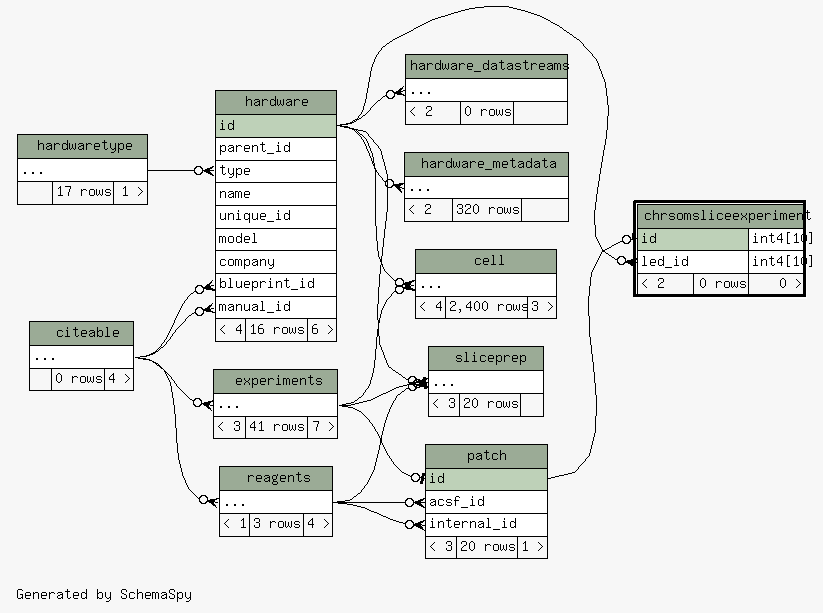
Earlier version of the Graphviz export database/ss/diagrams/chrsomsliceexperiment.2degrees.png (tgbugs/mlab). Its source is kept beside it as database/ss/diagrams/chrsomsliceexperiment.2degrees.dot. Its diagram source:
```dot
digraph "twoDegreesRelationshipsDiagram" {
  graph [
    rankdir="RL"
    bgcolor="#f7f7f7"
    label="\nGenerated by SchemaSpy"
    labeljust="l"
    nodesep="0.18"
    ranksep="0.46"
    fontname="Helvetica"
    fontsize="11"
  ];
  node [
    fontname="Helvetica"
    fontsize="11"
    shape="plaintext"
  ];
  edge [
    arrowsize="0.8"
  ];
  "cell":"elipses":w -> "experiments":"elipses":e [arrowhead=none dir=back arrowtail=crowodot];
  "cell":"elipses":w -> "hardware":"id":e [arrowhead=none dir=back arrowtail=crowodot];
  "chrsomsliceexperiment":"id":w -> "patch":"id":e [arrowhead=none dir=back arrowtail=teeodot];
  "chrsomsliceexperiment":"led_id":w -> "hardware":"id":e [arrowhead=none dir=back arrowtail=crowodot];
  "experiments":"elipses":w -> "citeable":"elipses":e [arrowhead=none dir=back arrowtail=crowodot];
  "hardware":"blueprint_id":w -> "citeable":"elipses":e [arrowhead=none dir=back arrowtail=crowodot];
  "hardware":"manual_id":w -> "citeable":"elipses":e [arrowhead=none dir=back arrowtail=crowodot];
  "hardware":"type":w -> "hardwaretype":"elipses":e [arrowhead=none dir=back arrowtail=crowodot];
  "hardware_datastreams":"elipses":w -> "hardware":"id":e [arrowhead=none dir=back arrowtail=crowodot];
  "hardware_metadata":"elipses":w -> "hardware":"id":e [arrowhead=none dir=back arrowtail=crowodot];
  "patch":"acsf_id":w -> "reagents":"elipses":e [arrowhead=none dir=back arrowtail=crowodot];
  "patch":"id":w -> "experiments":"elipses":e [arrowhead=none dir=back arrowtail=teeodot];
  "patch":"internal_id":w -> "reagents":"elipses":e [arrowhead=none dir=back arrowtail=crowodot];
  "reagents":"elipses":w -> "citeable":"elipses":e [arrowhead=none dir=back arrowtail=crowodot];
  "sliceprep":"elipses":w -> "hardware":"id":e [arrowhead=none dir=back arrowtail=crowodot];
  "sliceprep":"elipses":w -> "experiments":"elipses":e [arrowhead=none dir=back arrowtail=teeodot];
  "sliceprep":"elipses":w -> "reagents":"elipses":e [arrowhead=none dir=back arrowtail=crowodot];
  "cell" [
    label=<
    <TABLE BORDER="0" CELLBORDER="1" CELLSPACING="0" BGCOLOR="#ffffff">
      <TR><TD COLSPAN="3" BGCOLOR="#9bab96" ALIGN="CENTER">cell</TD></TR>
      <TR><TD PORT="elipses" COLSPAN="3" ALIGN="LEFT">...</TD></TR>
      <TR><TD ALIGN="LEFT" BGCOLOR="#f7f7f7">&lt; 4</TD><TD ALIGN="RIGHT" BGCOLOR="#f7f7f7">2,400 rows</TD><TD ALIGN="RIGHT" BGCOLOR="#f7f7f7">3 &gt;</TD></TR>
    </TABLE>>
    URL="cell.html"
    tooltip="cell"
  ];
  "chrsomsliceexperiment" [
    label=<
    <TABLE BORDER="2" CELLBORDER="1" CELLSPACING="0" BGCOLOR="#ffffff">
      <TR><TD COLSPAN="3" BGCOLOR="#9bab96" ALIGN="CENTER">chrsomsliceexperiment</TD></TR>
      <TR><TD PORT="id" COLSPAN="2" BGCOLOR="#bed1b8" ALIGN="LEFT">id</TD><TD PORT="id.type" ALIGN="LEFT">int4[10]</TD></TR>
      <TR><TD PORT="led_id" COLSPAN="2" ALIGN="LEFT">led_id</TD><TD PORT="led_id.type" ALIGN="LEFT">int4[10]</TD></TR>
      <TR><TD ALIGN="LEFT" BGCOLOR="#f7f7f7">&lt; 2</TD><TD ALIGN="RIGHT" BGCOLOR="#f7f7f7">0 rows</TD><TD ALIGN="RIGHT" BGCOLOR="#f7f7f7">0 &gt;</TD></TR>
    </TABLE>>
    URL="chrsomsliceexperiment.html"
    tooltip="chrsomsliceexperiment"
  ];
  "citeable" [
    label=<
    <TABLE BORDER="0" CELLBORDER="1" CELLSPACING="0" BGCOLOR="#ffffff">
      <TR><TD COLSPAN="3" BGCOLOR="#9bab96" ALIGN="CENTER">citeable</TD></TR>
      <TR><TD PORT="elipses" COLSPAN="3" ALIGN="LEFT">...</TD></TR>
      <TR><TD ALIGN="LEFT" BGCOLOR="#f7f7f7">  </TD><TD ALIGN="RIGHT" BGCOLOR="#f7f7f7">0 rows</TD><TD ALIGN="RIGHT" BGCOLOR="#f7f7f7">4 &gt;</TD></TR>
    </TABLE>>
    URL="citeable.html"
    tooltip="citeable"
  ];
  "experiments" [
    label=<
    <TABLE BORDER="0" CELLBORDER="1" CELLSPACING="0" BGCOLOR="#ffffff">
      <TR><TD COLSPAN="3" BGCOLOR="#9bab96" ALIGN="CENTER">experiments</TD></TR>
      <TR><TD PORT="elipses" COLSPAN="3" ALIGN="LEFT">...</TD></TR>
      <TR><TD ALIGN="LEFT" BGCOLOR="#f7f7f7">&lt; 3</TD><TD ALIGN="RIGHT" BGCOLOR="#f7f7f7">41 rows</TD><TD ALIGN="RIGHT" BGCOLOR="#f7f7f7">7 &gt;</TD></TR>
    </TABLE>>
    URL="experiments.html"
    tooltip="experiments"
  ];
  "hardware" [
    label=<
    <TABLE BORDER="0" CELLBORDER="1" CELLSPACING="0" BGCOLOR="#ffffff">
      <TR><TD COLSPAN="3" BGCOLOR="#9bab96" ALIGN="CENTER">hardware</TD></TR>
      <TR><TD PORT="id" COLSPAN="3" BGCOLOR="#bed1b8" ALIGN="LEFT">id</TD></TR>
      <TR><TD PORT="parent_id" COLSPAN="3" ALIGN="LEFT">parent_id</TD></TR>
      <TR><TD PORT="type" COLSPAN="3" ALIGN="LEFT">type</TD></TR>
      <TR><TD PORT="name" COLSPAN="3" ALIGN="LEFT">name</TD></TR>
      <TR><TD PORT="unique_id" COLSPAN="3" ALIGN="LEFT">unique_id</TD></TR>
      <TR><TD PORT="model" COLSPAN="3" ALIGN="LEFT">model</TD></TR>
      <TR><TD PORT="company" COLSPAN="3" ALIGN="LEFT">company</TD></TR>
      <TR><TD PORT="blueprint_id" COLSPAN="3" ALIGN="LEFT">blueprint_id</TD></TR>
      <TR><TD PORT="manual_id" COLSPAN="3" ALIGN="LEFT">manual_id</TD></TR>
      <TR><TD ALIGN="LEFT" BGCOLOR="#f7f7f7">&lt; 4</TD><TD ALIGN="RIGHT" BGCOLOR="#f7f7f7">16 rows</TD><TD ALIGN="RIGHT" BGCOLOR="#f7f7f7">6 &gt;</TD></TR>
    </TABLE>>
    URL="hardware.html"
    tooltip="hardware"
  ];
  "hardware_datastreams" [
    label=<
    <TABLE BORDER="0" CELLBORDER="1" CELLSPACING="0" BGCOLOR="#ffffff">
      <TR><TD COLSPAN="3" BGCOLOR="#9bab96" ALIGN="CENTER">hardware_datastreams</TD></TR>
      <TR><TD PORT="elipses" COLSPAN="3" ALIGN="LEFT">...</TD></TR>
      <TR><TD ALIGN="LEFT" BGCOLOR="#f7f7f7">&lt; 2</TD><TD ALIGN="RIGHT" BGCOLOR="#f7f7f7">0 rows</TD><TD ALIGN="RIGHT" BGCOLOR="#f7f7f7">  </TD></TR>
    </TABLE>>
    URL="hardware_datastreams.html"
    tooltip="hardware_datastreams"
  ];
  "hardware_metadata" [
    label=<
    <TABLE BORDER="0" CELLBORDER="1" CELLSPACING="0" BGCOLOR="#ffffff">
      <TR><TD COLSPAN="3" BGCOLOR="#9bab96" ALIGN="CENTER">hardware_metadata</TD></TR>
      <TR><TD PORT="elipses" COLSPAN="3" ALIGN="LEFT">...</TD></TR>
      <TR><TD ALIGN="LEFT" BGCOLOR="#f7f7f7">&lt; 2</TD><TD ALIGN="RIGHT" BGCOLOR="#f7f7f7">320 rows</TD><TD ALIGN="RIGHT" BGCOLOR="#f7f7f7">  </TD></TR>
    </TABLE>>
    URL="hardware_metadata.html"
    tooltip="hardware_metadata"
  ];
  "hardwaretype" [
    label=<
    <TABLE BORDER="0" CELLBORDER="1" CELLSPACING="0" BGCOLOR="#ffffff">
      <TR><TD COLSPAN="3" BGCOLOR="#9bab96" ALIGN="CENTER">hardwaretype</TD></TR>
      <TR><TD PORT="elipses" COLSPAN="3" ALIGN="LEFT">...</TD></TR>
      <TR><TD ALIGN="LEFT" BGCOLOR="#f7f7f7">  </TD><TD ALIGN="RIGHT" BGCOLOR="#f7f7f7">17 rows</TD><TD ALIGN="RIGHT" BGCOLOR="#f7f7f7">1 &gt;</TD></TR>
    </TABLE>>
    URL="hardwaretype.html"
    tooltip="hardwaretype"
  ];
  "patch" [
    label=<
    <TABLE BORDER="0" CELLBORDER="1" CELLSPACING="0" BGCOLOR="#ffffff">
      <TR><TD COLSPAN="3" BGCOLOR="#9bab96" ALIGN="CENTER">patch</TD></TR>
      <TR><TD PORT="id" COLSPAN="3" BGCOLOR="#bed1b8" ALIGN="LEFT">id</TD></TR>
      <TR><TD PORT="acsf_id" COLSPAN="3" ALIGN="LEFT">acsf_id</TD></TR>
      <TR><TD PORT="internal_id" COLSPAN="3" ALIGN="LEFT">internal_id</TD></TR>
      <TR><TD ALIGN="LEFT" BGCOLOR="#f7f7f7">&lt; 3</TD><TD ALIGN="RIGHT" BGCOLOR="#f7f7f7">20 rows</TD><TD ALIGN="RIGHT" BGCOLOR="#f7f7f7">1 &gt;</TD></TR>
    </TABLE>>
    URL="patch.html"
    tooltip="patch"
  ];
  "reagents" [
    label=<
    <TABLE BORDER="0" CELLBORDER="1" CELLSPACING="0" BGCOLOR="#ffffff">
      <TR><TD COLSPAN="3" BGCOLOR="#9bab96" ALIGN="CENTER">reagents</TD></TR>
      <TR><TD PORT="elipses" COLSPAN="3" ALIGN="LEFT">...</TD></TR>
      <TR><TD ALIGN="LEFT" BGCOLOR="#f7f7f7">&lt; 1</TD><TD ALIGN="RIGHT" BGCOLOR="#f7f7f7">3 rows</TD><TD ALIGN="RIGHT" BGCOLOR="#f7f7f7">4 &gt;</TD></TR>
    </TABLE>>
    URL="reagents.html"
    tooltip="reagents"
  ];
  "sliceprep" [
    label=<
    <TABLE BORDER="0" CELLBORDER="1" CELLSPACING="0" BGCOLOR="#ffffff">
      <TR><TD COLSPAN="3" BGCOLOR="#9bab96" ALIGN="CENTER">sliceprep</TD></TR>
      <TR><TD PORT="elipses" COLSPAN="3" ALIGN="LEFT">...</TD></TR>
      <TR><TD ALIGN="LEFT" BGCOLOR="#f7f7f7">&lt; 3</TD><TD ALIGN="RIGHT" BGCOLOR="#f7f7f7">20 rows</TD><TD ALIGN="RIGHT" BGCOLOR="#f7f7f7">  </TD></TR>
    </TABLE>>
    URL="sliceprep.html"
    tooltip="sliceprep"
  ];
}
```
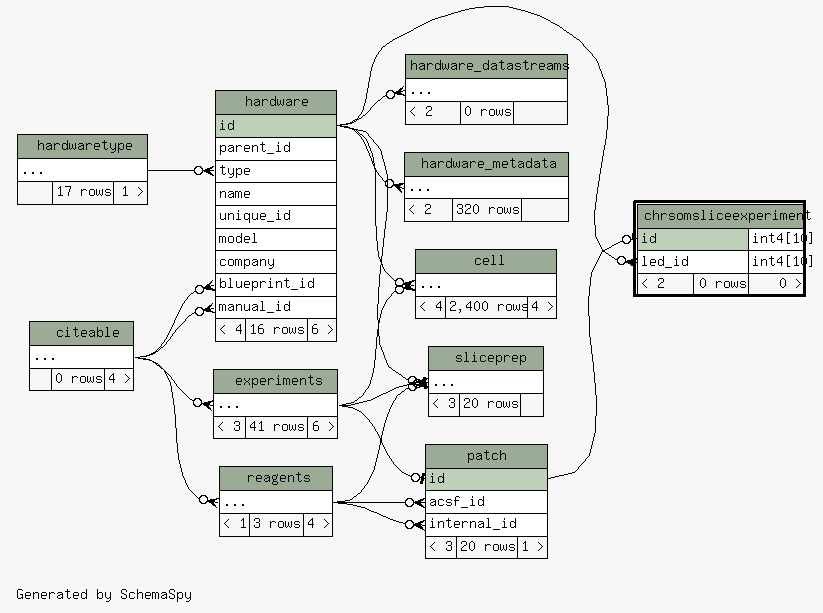
The same diagram one commit later.

Diff of the diagram source:
```diff
@@ -39,7 +39,7 @@
     <TABLE BORDER="0" CELLBORDER="1" CELLSPACING="0" BGCOLOR="#ffffff">
       <TR><TD COLSPAN="3" BGCOLOR="#9bab96" ALIGN="CENTER">cell</TD></TR>
       <TR><TD PORT="elipses" COLSPAN="3" ALIGN="LEFT">...</TD></TR>
-      <TR><TD ALIGN="LEFT" BGCOLOR="#f7f7f7">&lt; 4</TD><TD ALIGN="RIGHT" BGCOLOR="#f7f7f7">2,400 rows</TD><TD ALIGN="RIGHT" BGCOLOR="#f7f7f7">3 &gt;</TD></TR>
+      <TR><TD ALIGN="LEFT" BGCOLOR="#f7f7f7">&lt; 4</TD><TD ALIGN="RIGHT" BGCOLOR="#f7f7f7">2,400 rows</TD><TD ALIGN="RIGHT" BGCOLOR="#f7f7f7">4 &gt;</TD></TR>
     </TABLE>>
     URL="cell.html"
     tooltip="cell"
@@ -70,7 +70,7 @@
     <TABLE BORDER="0" CELLBORDER="1" CELLSPACING="0" BGCOLOR="#ffffff">
       <TR><TD COLSPAN="3" BGCOLOR="#9bab96" ALIGN="CENTER">experiments</TD></TR>
       <TR><TD PORT="elipses" COLSPAN="3" ALIGN="LEFT">...</TD></TR>
-      <TR><TD ALIGN="LEFT" BGCOLOR="#f7f7f7">&lt; 3</TD><TD ALIGN="RIGHT" BGCOLOR="#f7f7f7">41 rows</TD><TD ALIGN="RIGHT" BGCOLOR="#f7f7f7">7 &gt;</TD></TR>
+      <TR><TD ALIGN="LEFT" BGCOLOR="#f7f7f7">&lt; 3</TD><TD ALIGN="RIGHT" BGCOLOR="#f7f7f7">41 rows</TD><TD ALIGN="RIGHT" BGCOLOR="#f7f7f7">6 &gt;</TD></TR>
     </TABLE>>
     URL="experiments.html"
     tooltip="experiments"
```
